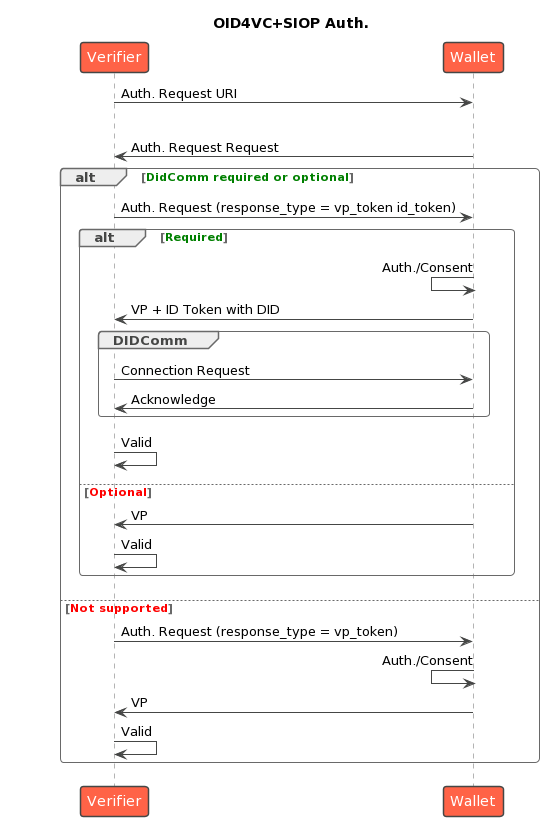
Earlier version of the PlantUML export Diagramme/OID4VP/SIOP/vp_siop.png (IDunion/OpenIDIDComm). Source of this version:
```plantuml
@startuml
!theme vibrant
!pragma teoz true
title "OID4VC+SIOP Auth."
participant Verifier
participant Wallet
skinparam ParticipantPadding 75


Verifier -> Wallet: Auth. Request URI
|||
Wallet -> Verifier: Auth. Request Request
alt <color green>DidComm required or optional</color>
Verifier -> Wallet: Auth. Request (response_type = vp_token id_token)
    alt <color green>Required</color>
      Wallet <- Wallet: Auth./Consent
      Wallet -> Verifier: VP + ID Token with DID
        group DIDComm
           Verifier -> Wallet: Connection Request
           Wallet -> Verifier: Acknowledge
        end
      Verifier -> Verifier: Valid
    else <color red>Optional</color>
        Wallet -> Verifier: VP
        Verifier -> Verifier: Valid
    end
else <color red>Not supported</color>
    Verifier -> Wallet: Auth. Request (response_type = vp_token)
    Wallet <- Wallet: Auth./Consent
    Wallet -> Verifier: VP
    Verifier -> Verifier: Valid
end
@enduml
```
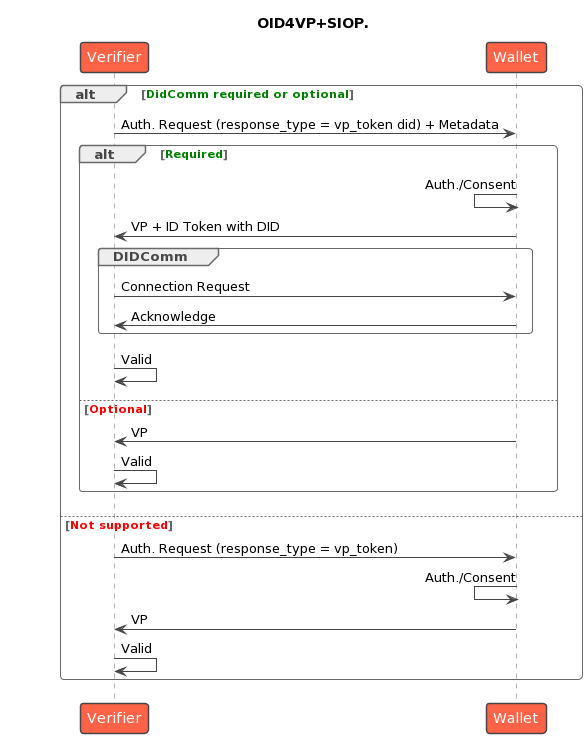
Above is the later version.

Diff of the diagram source:
```diff
@@ -1,17 +1,14 @@
 @startuml
 !theme vibrant
 !pragma teoz true
-title "OID4VC+SIOP Auth."
+title "OID4VP+SIOP."
 participant Verifier
 participant Wallet
 skinparam ParticipantPadding 75
 
 
-Verifier -> Wallet: Auth. Request URI
-|||
-Wallet -> Verifier: Auth. Request Request
 alt <color green>DidComm required or optional</color>
-Verifier -> Wallet: Auth. Request (response_type = vp_token id_token)
+Verifier -> Wallet: Auth. Request (response_type = vp_token did) + Metadata
     alt <color green>Required</color>
       Wallet <- Wallet: Auth./Consent
       Wallet -> Verifier: VP + ID Token with DID
```
